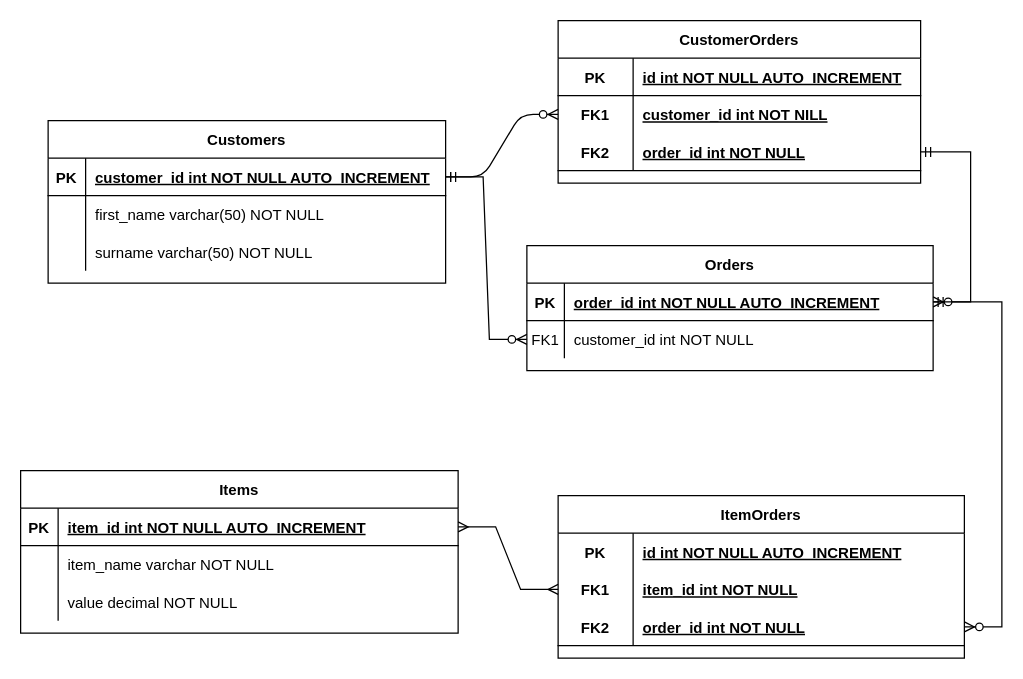
Above: documents/IMS Entity-Relation diagram.drawio in Tasdiq-Dewan/Tasdiq-Dewan-IMS-Project (draw.io), before the change. Source tidied: cells renumbered, new cells numbered last; positions are measured from the earlier drawing's top-left corner, leaving out a move shared by most shapes. Both pictures are drawn from the tidied source at 125%, with x=0, y=0 at pixel (20, 20).
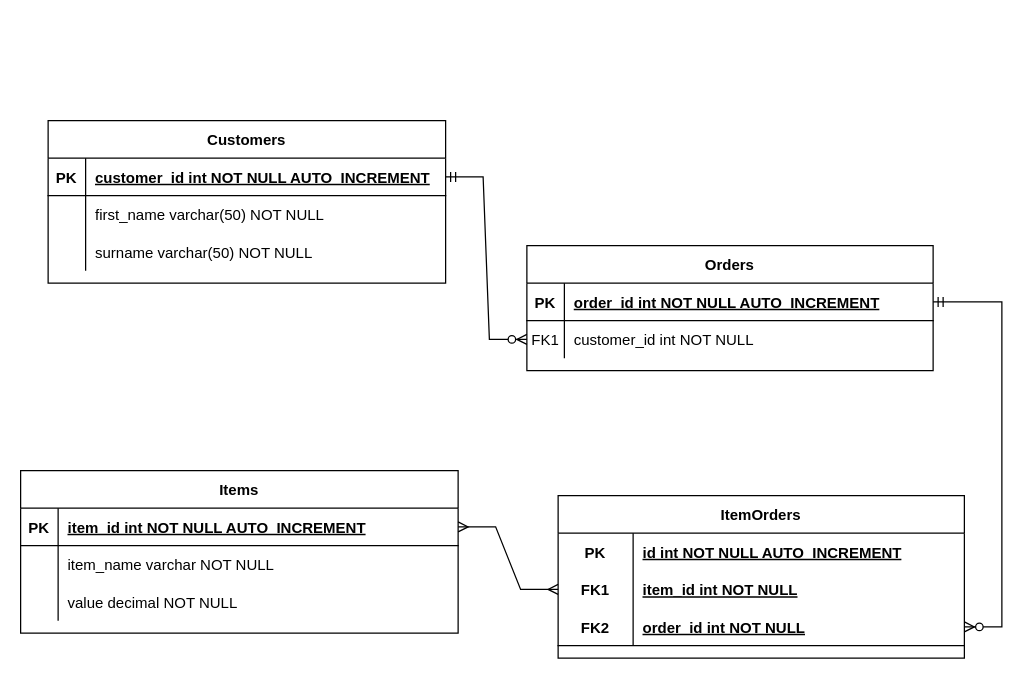
The same diagram, later.

Commit message (it also covers changes not shown here):
completed first version of class diagram. Created second version of ER diagram dropping customerorders table. Exported all diagrams as .png

Unchanged cells that the change refers to:
```xml
<mxCell id="4" style="shape=partialRectangle;fillColor=none;points=[[0,0.5],[1,0.5]];portConstraint=eastwest;top=0;left=0;right=0;bottom=1;" parent="3" vertex="1">
  <mxGeometry y="30" width="325" height="30" as="geometry" />
</mxCell>
<mxCell id="21" style="shape=partialRectangle;fillColor=none;points=[[0,0.5],[1,0.5]];portConstraint=eastwest;top=0;left=0;right=0;bottom=1;" parent="20" vertex="1">
  <mxGeometry y="30" width="318" height="30" as="geometry" />
</mxCell>
```

What changed in the source:
```diff
@@
-    <mxCell id="2" style="edgeStyle=entityRelationEdgeStyle;endArrow=ERzeroToMany;startArrow=ERone;endFill=1;startFill=0;" parent="1" edge="1" source="21" target="34">
-      <mxGeometry relative="1" as="geometry" />
-    </mxCell>
@@
-    <mxCell id="30" value="CustomerOrders" style="shape=table;startSize=30;childLayout=tableLayout;rowLines=0;fontStyle=1;align=center;" parent="1" vertex="1">
-      <mxGeometry x="430" width="290" height="130" as="geometry" />
-    </mxCell>
-    <mxCell id="31" style="shape=tableRow;horizontal=0;startSize=0;swimlaneHead=0;swimlaneBody=0;fillColor=none;top=0;left=0;right=0;bottom=1;" parent="30" vertex="1">
-      <mxGeometry y="30" width="290" height="30" as="geometry" />
-    </mxCell>
-    <mxCell id="32" value="PK" style="shape=partialRectangle;fillColor=none;top=0;left=0;bottom=0;right=0;fontStyle=1;overflow=hidden;" parent="31" vertex="1">
-      <mxGeometry width="60" height="30" as="geometry" />
-    </mxCell>
-    <mxCell id="33" value="id int NOT NULL AUTO_INCREMENT" style="shape=partialRectangle;fillColor=none;top=0;left=0;bottom=0;right=0;align=left;spacingLeft=6;fontStyle=5;overflow=hidden;" parent="31" vertex="1">
-      <mxGeometry x="60" width="230" height="30" as="geometry" />
-    </mxCell>
-    <mxCell id="34" style="shape=tableRow;horizontal=0;startSize=0;swimlaneHead=0;swimlaneBody=0;fillColor=none;points=[[0,0.5],[1,0.5]];portConstraint=eastwest;top=0;left=0;right=0;bottom=0;" parent="30" vertex="1">
-      <mxGeometry y="60" width="290" height="30" as="geometry" />
-    </mxCell>
-    <mxCell id="35" value="FK1" style="shape=partialRectangle;fillColor=none;top=0;left=0;bottom=0;right=0;fontStyle=1;overflow=hidden;" parent="34" vertex="1">
-      <mxGeometry width="60" height="30" as="geometry" />
-    </mxCell>
-    <mxCell id="36" value="customer_id int NOT NILL" style="shape=partialRectangle;fillColor=none;top=0;left=0;bottom=0;right=0;align=left;spacingLeft=6;fontStyle=5;overflow=hidden;" parent="34" vertex="1">
-      <mxGeometry x="60" width="230" height="30" as="geometry" />
-    </mxCell>
-    <mxCell id="37" style="shape=tableRow;horizontal=0;startSize=0;swimlaneHead=0;swimlaneBody=0;fillColor=none;points=[[0,0.5],[1,0.5]];portConstraint=eastwest;top=0;left=0;right=0;bottom=1;" parent="30" vertex="1">
-      <mxGeometry y="90" width="290" height="30" as="geometry" />
-    </mxCell>
-    <mxCell id="38" value="FK2" style="shape=partialRectangle;fillColor=none;top=0;left=0;bottom=0;right=0;fontStyle=1;overflow=hidden;" parent="37" vertex="1">
-      <mxGeometry width="60" height="30" as="geometry" />
-    </mxCell>
-    <mxCell id="39" value="order_id int NOT NULL" style="shape=partialRectangle;fillColor=none;top=0;left=0;bottom=0;right=0;align=left;spacingLeft=6;fontStyle=5;overflow=hidden;" parent="37" vertex="1">
-      <mxGeometry x="60" width="230" height="30" as="geometry" />
-    </mxCell>
-    <mxCell id="40" style="edgeStyle=entityRelationEdgeStyle;fontSize=12;html=1;endArrow=ERzeroToMany;startArrow=ERmandOne;rounded=0;" parent="1" edge="1" source="37" target="4">
-      <mxGeometry relative="1" as="geometry" />
-    </mxCell>
```
